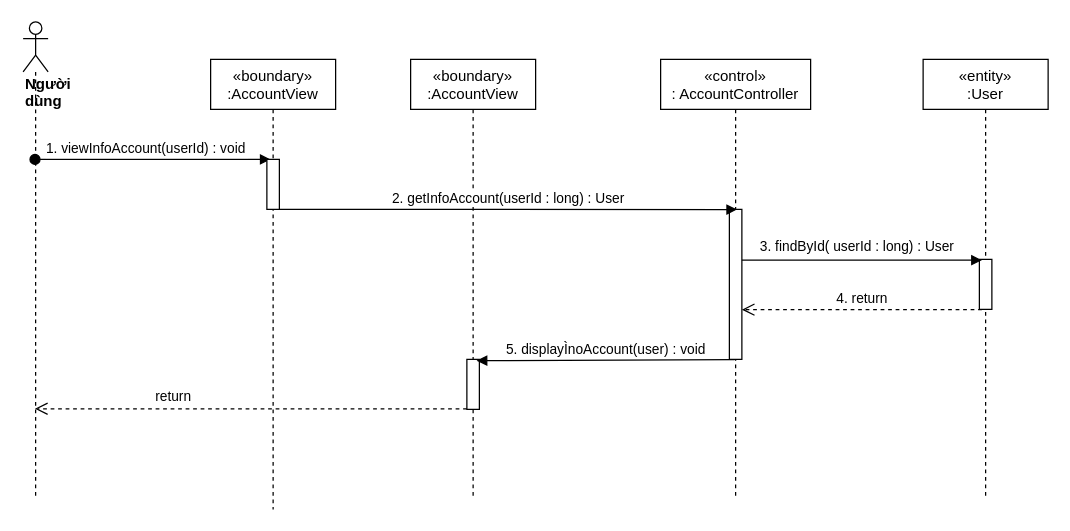
The draw.io diagram sequence diagram/getMyInfo-sequence.drawio in nguyenphamvan/datn_20202, before the edit. Source tidied: cells renumbered, new cells numbered last; positions are measured from the earlier drawing's top-left corner, leaving out a move shared by most shapes. Both pictures are drawn from the tidied source at 125%, with x=0, y=0 at pixel (22, 21).
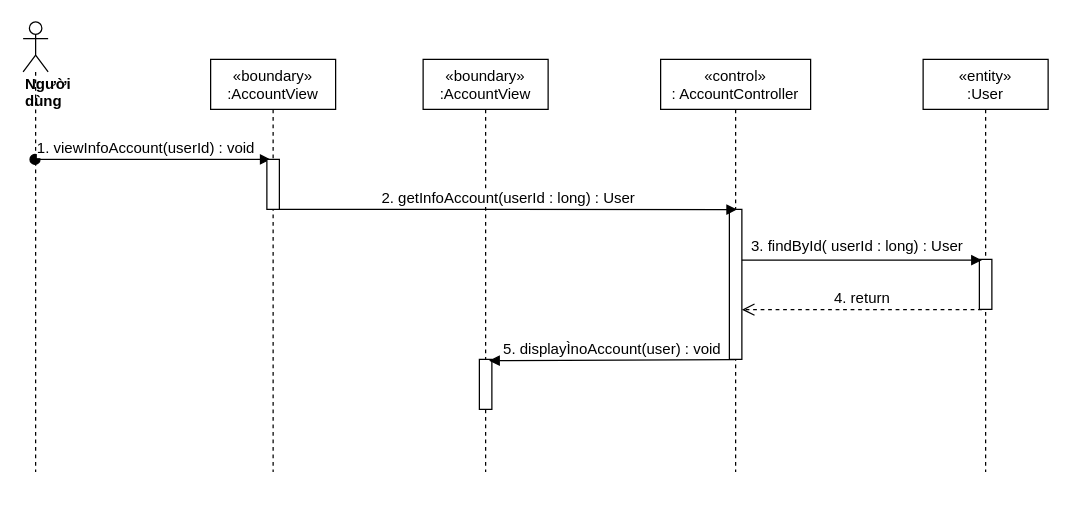
After the change.

The change refers to these unchanged cells:
```xml
<mxCell id="3" style="points=[];perimeter=orthogonalPerimeter;rounded=0;shadow=0;strokeWidth=1;" parent="2" vertex="1">
  <mxGeometry x="45" y="240" width="10" height="40" as="geometry" />
</mxCell>
<mxCell id="5" style="points=[];perimeter=orthogonalPerimeter;rounded=0;shadow=0;strokeWidth=1;" parent="4" vertex="1">
  <mxGeometry x="55" y="120" width="10" height="120" as="geometry" />
</mxCell>
<mxCell id="9" style="points=[];perimeter=orthogonalPerimeter;rounded=0;shadow=0;strokeWidth=1;" parent="8" vertex="1">
  <mxGeometry x="45" y="160" width="10" height="40" as="geometry" />
</mxCell>
<mxCell id="11" style="html=1;verticalAlign=bottom;endArrow=block;entryX=0.2;entryY=0.017;entryDx=0;entryDy=0;entryPerimeter=0;" parent="1" edge="1" source="5" target="9">
  <mxGeometry relative="1" as="geometry" />
</mxCell>
<mxCell id="17" style="points=[];perimeter=orthogonalPerimeter;rounded=0;shadow=0;strokeWidth=1;" parent="16" vertex="1">
  <mxGeometry x="45" y="80" width="10" height="40" as="geometry" />
</mxCell>
```

Diff of the diagram source:
```diff
@@
     <mxCell id="2" value="«boundary»&#10;:AccountView" style="shape=umlLifeline;perimeter=lifelinePerimeter;rounded=0;shadow=0;strokeWidth=1;" parent="1" vertex="1">
-      <mxGeometry x="310" y="30" width="100" height="350" as="geometry" />
+      <mxGeometry x="320" y="30" width="100" height="330" as="geometry" />
     </mxCell>
@@
     <mxCell id="4" value="«control»&#10;: AccountController" style="shape=umlLifeline;perimeter=lifelinePerimeter;rounded=0;shadow=0;strokeWidth=1;" parent="1" vertex="1">
-      <mxGeometry x="510" y="30" width="120" height="350" as="geometry" />
+      <mxGeometry x="510" y="30" width="120" height="330" as="geometry" />
     </mxCell>
@@
     <mxCell id="6" value="&lt;div&gt;&lt;b&gt;Người dùng&lt;/b&gt;&lt;/div&gt;" style="shape=umlLifeline;participant=umlActor;perimeter=lifelinePerimeter;whiteSpace=wrap;html=1;verticalAlign=top;spacingTop=36;outlineConnect=0;align=left;" parent="1" vertex="1">
-      <mxGeometry width="20" height="380" as="geometry" />
+      <mxGeometry width="20" height="360" as="geometry" />
     </mxCell>
-    <mxCell id="7" value="1. viewInfoAccount(userId) : void" style="verticalAlign=bottom;startArrow=oval;endArrow=block;startSize=8;shadow=0;strokeWidth=1;entryX=0.3;entryY=0;entryDx=0;entryDy=0;entryPerimeter=0;" parent="1" edge="1" source="6" target="17">
+    <mxCell id="7" value="1. viewInfoAccount(userId) : void" style="verticalAlign=bottom;startArrow=oval;endArrow=block;startSize=8;shadow=0;strokeWidth=1;entryX=0.3;entryY=0;entryDx=0;entryDy=0;entryPerimeter=0;fontSize=12;" parent="1" edge="1" source="6" target="17">
       <mxGeometry x="-0.06" relative="1" as="geometry" />
     </mxCell>
     <mxCell id="8" value="«entity»&#10;:User" style="shape=umlLifeline;perimeter=lifelinePerimeter;rounded=0;shadow=0;strokeWidth=1;" parent="1" vertex="1">
-      <mxGeometry x="720" y="30" width="100" height="350" as="geometry" />
+      <mxGeometry x="720" y="30" width="100" height="330" as="geometry" />
     </mxCell>
@@
-    <mxCell id="10" value="2. getInfoAccount(userId : long) : User" style="html=1;verticalAlign=bottom;endArrow=block;entryX=0.617;entryY=0.001;entryDx=0;entryDy=0;entryPerimeter=0;exitX=1;exitY=1;exitDx=0;exitDy=0;exitPerimeter=0;" parent="1" edge="1" source="17" target="5">
+    <mxCell id="10" value="&lt;font style=&quot;font-size: 12px&quot;&gt;2. getInfoAccount(userId : long) : User&lt;/font&gt;" style="html=1;verticalAlign=bottom;endArrow=block;entryX=0.617;entryY=0.001;entryDx=0;entryDy=0;entryPerimeter=0;exitX=1;exitY=1;exitDx=0;exitDy=0;exitPerimeter=0;" parent="1" edge="1" source="17" target="5">
       <mxGeometry relative="1" as="geometry" />
     </mxCell>
@@
-    <mxCell id="12" value="3. findById( userId : long) : User" style="edgeLabel;html=1;align=center;verticalAlign=middle;" parent="11" vertex="1">
+    <mxCell id="12" value="&lt;font style=&quot;font-size: 12px&quot;&gt;3. findById( userId : long) : User&lt;/font&gt;" style="edgeLabel;html=1;align=center;verticalAlign=middle;" parent="11" vertex="1">
       <mxGeometry x="-0.08" y="4" relative="1" as="geometry">
         <mxPoint x="3" y="-7" as="offset" />
       </mxGeometry>
     </mxCell>
-    <mxCell id="13" value="4. return" style="html=1;verticalAlign=bottom;endArrow=open;dashed=1;endSize=8;exitX=0.2;exitY=1.006;exitDx=0;exitDy=0;exitPerimeter=0;" parent="1" edge="1" source="9" target="5">
+    <mxCell id="13" value="&lt;font style=&quot;font-size: 12px&quot;&gt;4. return&lt;/font&gt;" style="html=1;verticalAlign=bottom;endArrow=open;dashed=1;endSize=8;exitX=0.2;exitY=1.006;exitDx=0;exitDy=0;exitPerimeter=0;" parent="1" edge="1" source="9" target="5">
       <mxGeometry relative="1" as="geometry" />
     </mxCell>
-    <mxCell id="14" style="html=1;verticalAlign=bottom;endArrow=open;dashed=1;endSize=8;exitX=0;exitY=0.988;exitDx=0;exitDy=0;exitPerimeter=0;" parent="1" edge="1" source="3" target="6">
-      <mxGeometry relative="1" as="geometry" />
-    </mxCell>
-    <mxCell id="15" value="return" style="edgeLabel;html=1;align=center;verticalAlign=middle;" parent="14" vertex="1">
-      <mxGeometry x="-0.47" relative="1" as="geometry">
-        <mxPoint x="-144" y="-10" as="offset" />
-      </mxGeometry>
-    </mxCell>
     <mxCell id="16" value="«boundary»&#10;:AccountView" style="shape=umlLifeline;perimeter=lifelinePerimeter;rounded=0;shadow=0;strokeWidth=1;" parent="1" vertex="1">
-      <mxGeometry x="150" y="30" width="100" height="360" as="geometry" />
+      <mxGeometry x="150" y="30" width="100" height="330" as="geometry" />
     </mxCell>
@@
-    <mxCell id="18" value="5. displayÌnoAccount(user) : void" style="html=1;verticalAlign=bottom;endArrow=block;exitX=0.42;exitY=1.002;exitDx=0;exitDy=0;exitPerimeter=0;entryX=0.78;entryY=0.025;entryDx=0;entryDy=0;entryPerimeter=0;" parent="1" edge="1" source="5" target="3">
+    <mxCell id="18" value="&lt;font style=&quot;font-size: 12px&quot;&gt;5. displayÌnoAccount(user) : void&lt;/font&gt;" style="html=1;verticalAlign=bottom;endArrow=block;exitX=0.42;exitY=1.002;exitDx=0;exitDy=0;exitPerimeter=0;entryX=0.78;entryY=0.025;entryDx=0;entryDy=0;entryPerimeter=0;" parent="1" edge="1" source="5" target="3">
       <mxGeometry relative="1" as="geometry" />
     </mxCell>
```
